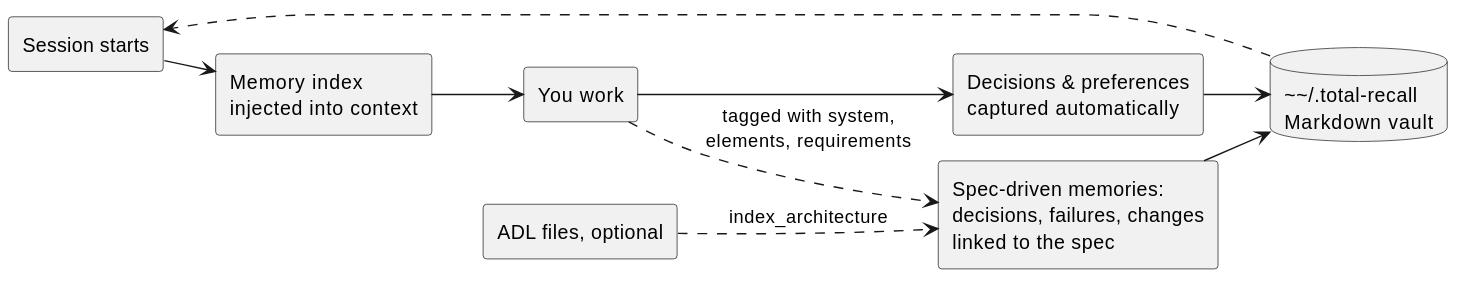
adrian-balaban/total-recall keeps this PlantUML diagram as docs/diagrams/session-loop-en.svg. Above is the earlier version.
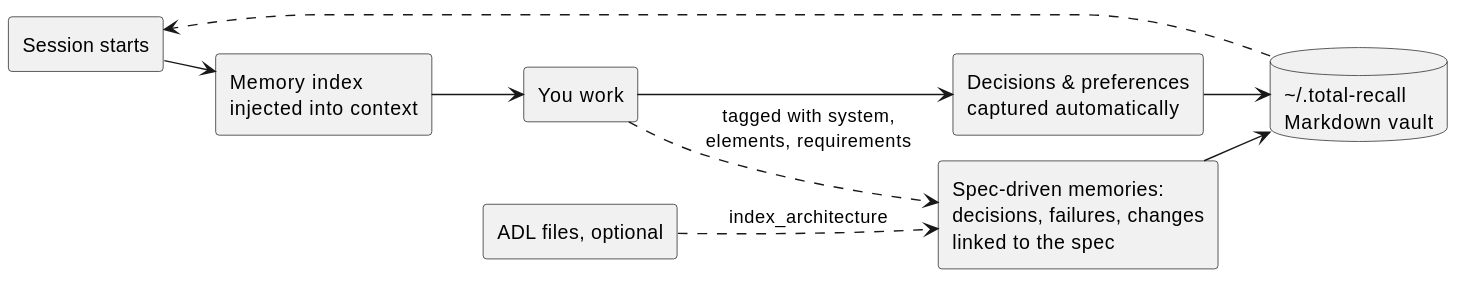
Later version of the same file.

Commit message:
docs: escape tilde in session loop diagram path

Diff of the diagram source:
```diff
@@ -8,7 +8,7 @@
 rectangle "Memory index\ninjected into context" as B
 rectangle "You work" as C
 rectangle "Decisions & preferences\ncaptured automatically" as D
-database "~~/.total-recall\nMarkdown vault" as E
+database "<U+007E>/.total-recall\nMarkdown vault" as E
 rectangle "Spec-driven memories:\ndecisions, failures, changes\nlinked to the spec" as G
 rectangle "ADL files, optional" as Hh
 A --> B
```
